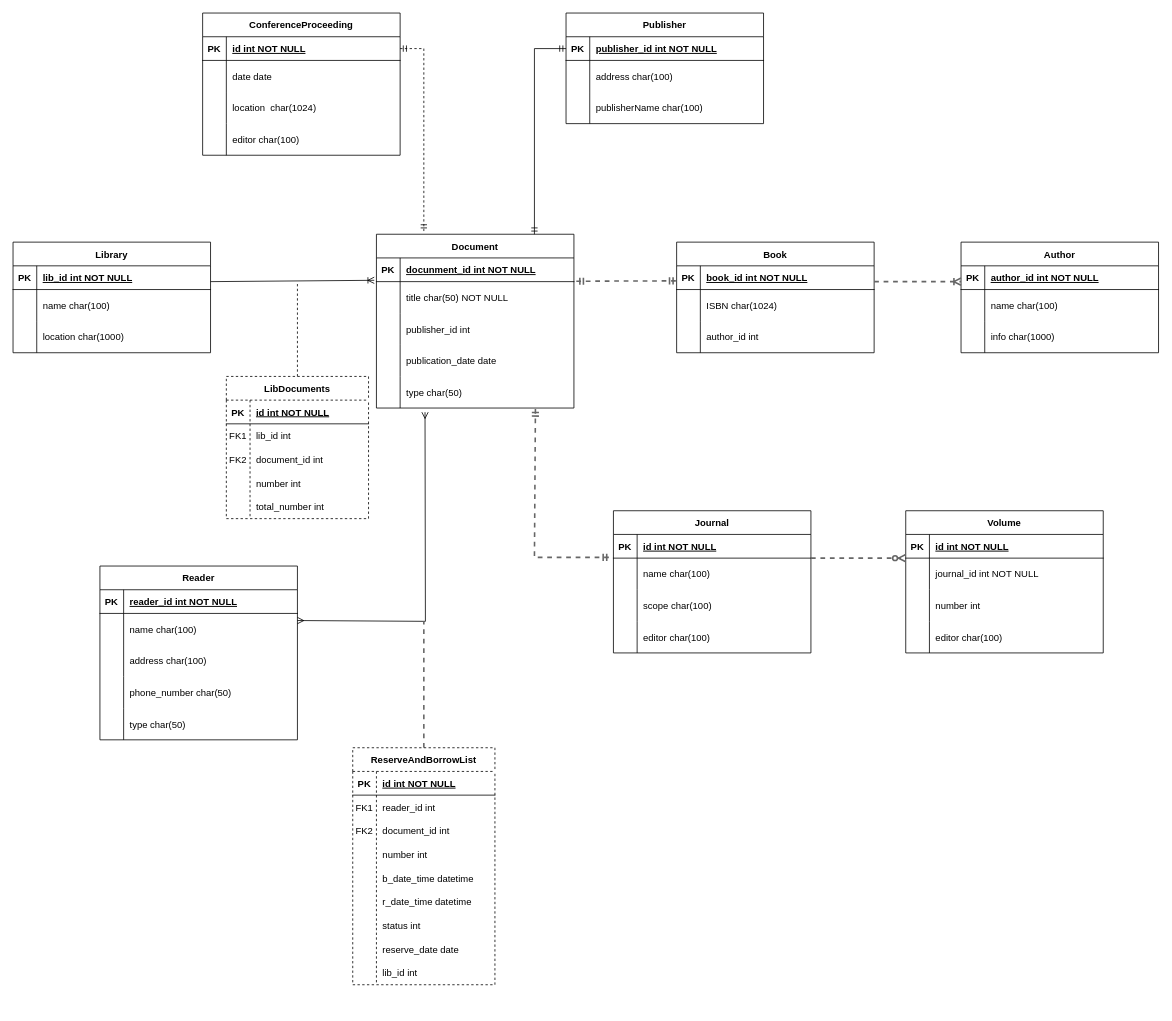
Before: database-er.drawio in Maple-pro/database-assignment, a draw.io diagram. Source tidied: cells renumbered, new cells numbered last; positions are measured from the earlier drawing's top-left corner, leaving out a move shared by most shapes. Both pictures are drawn from the tidied source at 79%, with x=0, y=0 at pixel (13, 13).
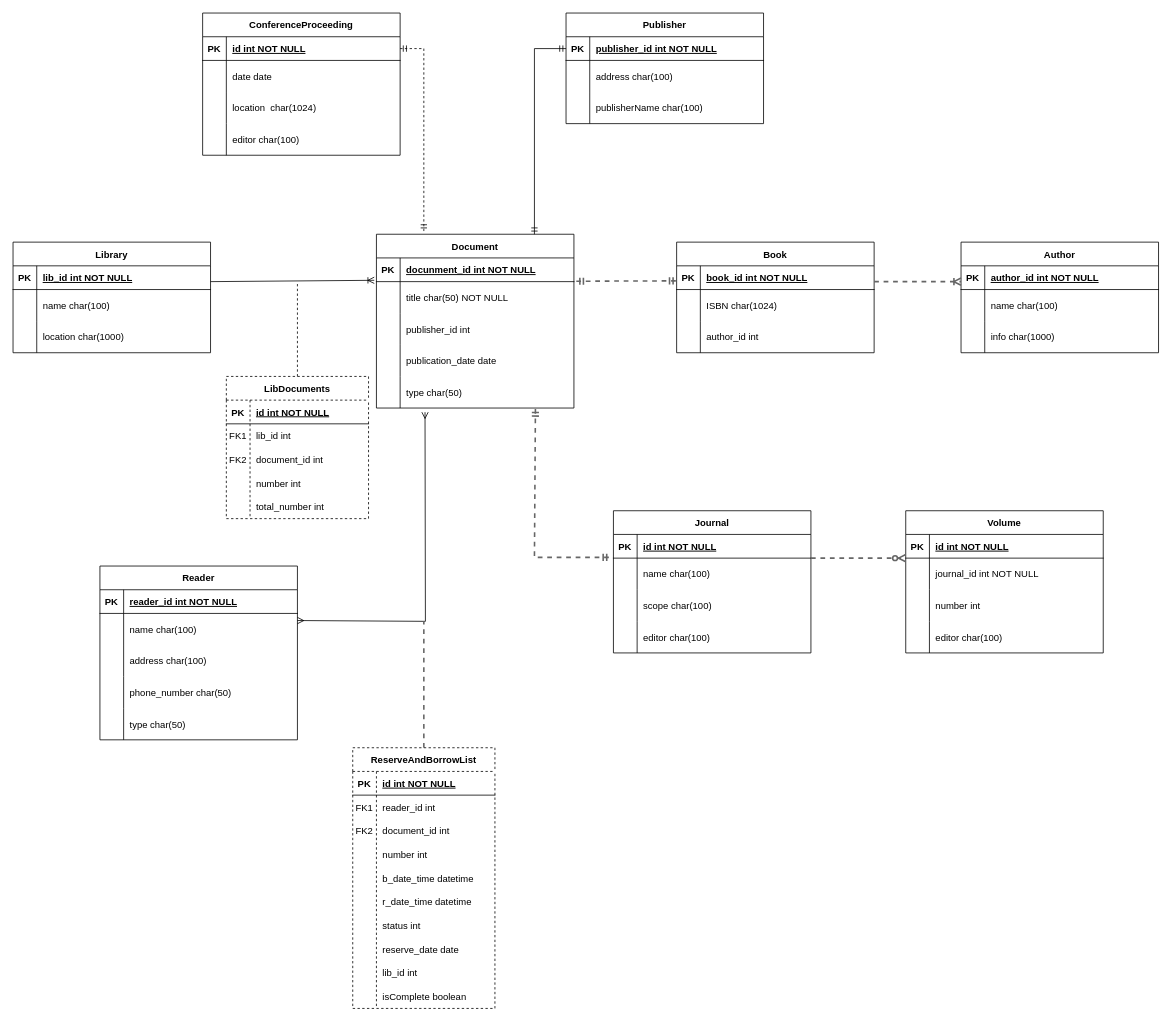
Above is the later version.

The edit, as a diff of the source:
```diff
@@
     <mxCell id="140" value="ReserveAndBorrowList" style="shape=table;startSize=30;childLayout=tableLayout;rowLines=0;fontStyle=1;align=center;dashed=1;" parent="1" vertex="1">
-      <mxGeometry x="430" y="930" width="180" height="300" as="geometry" />
+      <mxGeometry x="430" y="930" width="180" height="330" as="geometry" />
     </mxCell>
@@
+    <mxCell id="168" style="shape=tableRow;horizontal=0;startSize=0;swimlaneHead=0;swimlaneBody=0;fillColor=none;top=0;left=0;right=0;bottom=0;" parent="140" vertex="1">
+      <mxGeometry y="300" width="180" height="30" as="geometry" />
+    </mxCell>
+    <mxCell id="169" style="shape=partialRectangle;fillColor=none;top=0;left=0;bottom=0;right=0;overflow=hidden;" parent="168" vertex="1">
+      <mxGeometry width="30" height="30" as="geometry" />
+    </mxCell>
+    <mxCell id="170" value="isComplete boolean" style="shape=partialRectangle;fillColor=none;top=0;left=0;bottom=0;right=0;align=left;spacingLeft=6;overflow=hidden;" parent="168" vertex="1">
+      <mxGeometry x="30" width="150" height="30" as="geometry" />
+    </mxCell>
```
